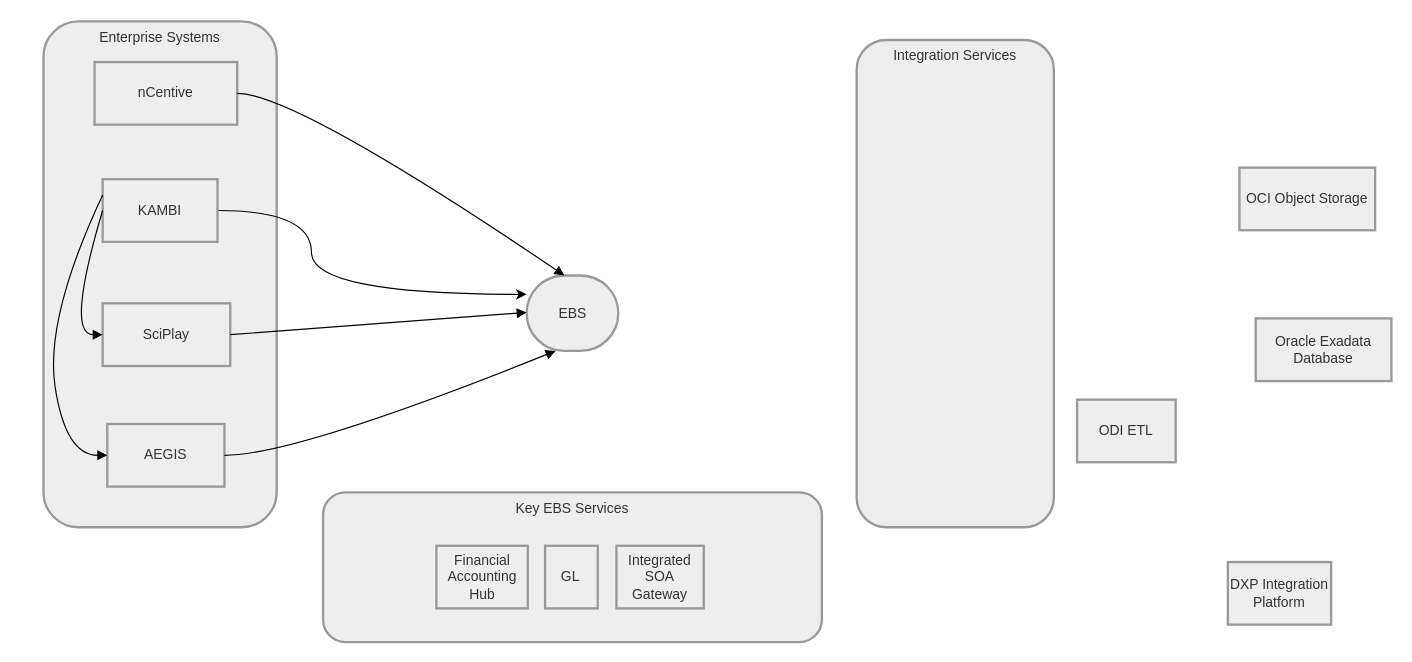
Before: page "Page-1" (1 of 2) of ALC KAMBI Sequence Diagram.drawio in luclalor/Draw_IO, a draw.io diagram. Source tidied: cells renumbered, new cells numbered last; positions are measured from the earlier drawing's top-left corner, leaving out a move shared by most shapes. Both pictures are drawn from the tidied source at 116%, with x=0, y=0 at pixel (43, 21).
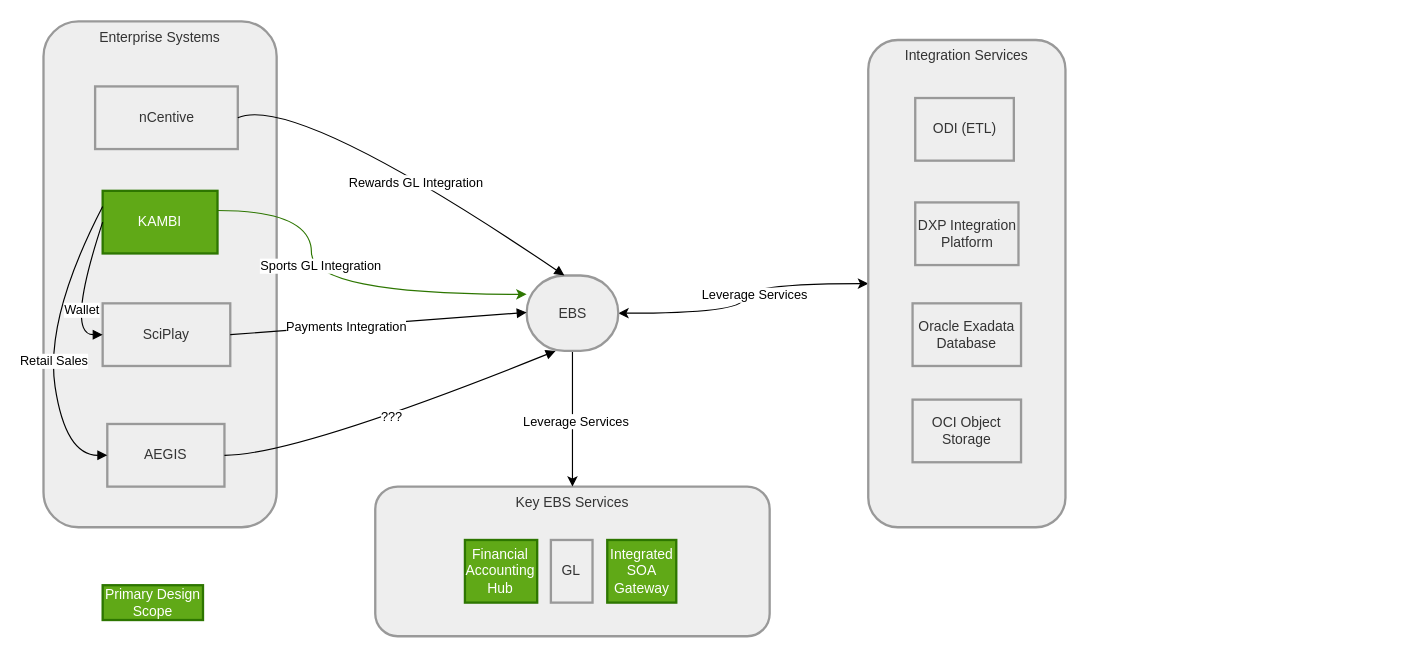
Above is the later version.

The change refers to these unchanged cells:
```xml
<mxCell id="9" value="AEGIS" style="whiteSpace=wrap;strokeWidth=2;fillColor=light-dark(#eeeeee,#1f2020);strokeColor=light-dark(#999999,#cccccc);fontColor=light-dark(#333333,#cccccc);" parent="1" vertex="1">
  <mxGeometry x="55" y="347" width="101" height="54" as="geometry" />
</mxCell>
<mxCell id="13" value="EBS" style="rounded=1;whiteSpace=wrap;arcSize=50;strokeWidth=2;fillColor=light-dark(#eeeeee,#1f2020);strokeColor=light-dark(#999999,#cccccc);fontColor=light-dark(#333333,#cccccc);" parent="1" vertex="1">
  <mxGeometry x="416.5" y="219" width="79" height="65" as="geometry" />
</mxCell>
<mxCell id="14" style="curved=1;startArrow=none;endArrow=block;entryX=0;entryY=0.5;rounded=0;exitX=0;exitY=0.25;exitDx=0;exitDy=0;" parent="1" edge="1" source="12" target="9">
  <mxGeometry relative="1" as="geometry">
    <Array as="points">
      <mxPoint x="1" y="256" />
      <mxPoint x="19" y="374" />
    </Array>
  </mxGeometry>
</mxCell>
<mxCell id="15" style="curved=1;startArrow=none;endArrow=block;exitX=0;exitY=0.5;entryX=0;entryY=0.5;rounded=0;exitDx=0;exitDy=0;" parent="1" edge="1" source="12" target="10">
  <mxGeometry relative="1" as="geometry">
    <Array as="points">
      <mxPoint x="19" y="270" />
    </Array>
  </mxGeometry>
</mxCell>
<mxCell id="16" style="curved=1;startArrow=none;endArrow=block;exitX=1;exitY=0.5;entryX=0.41;entryY=-0.01;rounded=0;" parent="1" edge="1" source="8" target="13">
  <mxGeometry relative="1" as="geometry">
    <Array as="points">
      <mxPoint x="217" y="62" />
    </Array>
  </mxGeometry>
</mxCell>
<mxCell id="17" style="curved=1;startArrow=none;endArrow=block;exitX=1;exitY=0.5;entryX=0.01;entryY=0.49;rounded=0;" parent="1" edge="1" source="10" target="13">
  <mxGeometry relative="1" as="geometry" />
</mxCell>
```

Diff of the diagram source:
```diff
@@
-    <mxCell id="2" value="Integration Services" style="whiteSpace=wrap;strokeWidth=2;verticalAlign=top;fillColor=light-dark(#eeeeee,#1f2020);strokeColor=light-dark(#999999,#cccccc);fontColor=light-dark(#333333,#cccccc);rounded=1;" parent="1" vertex="1">
-      <mxGeometry x="701" y="16" width="170" height="420" as="geometry" />
-    </mxCell>
     <mxCell id="3" value="Key EBS Services" style="whiteSpace=wrap;strokeWidth=2;verticalAlign=top;fillColor=light-dark(#eeeeee,#1f2020);strokeColor=light-dark(#999999,#cccccc);fontColor=light-dark(#333333,#cccccc);rounded=1;" parent="1" vertex="1">
-      <mxGeometry x="241" y="406" width="430" height="129" as="geometry" />
+      <mxGeometry x="286" y="401" width="340" height="129" as="geometry" />
     </mxCell>
-    <mxCell id="4" value="Financial Accounting Hub" style="whiteSpace=wrap;strokeWidth=2;fillColor=light-dark(#eeeeee,#1f2020);strokeColor=light-dark(#999999,#cccccc);fontColor=light-dark(#333333,#cccccc);" parent="3" vertex="1">
-      <mxGeometry x="97.7" y="46" width="78.8" height="54" as="geometry" />
+    <mxCell id="4" value="Financial Accounting Hub" style="whiteSpace=wrap;strokeWidth=2;fillColor=#60a917;strokeColor=#2D7600;fontColor=#ffffff;" parent="3" vertex="1">
+      <mxGeometry x="77.3" y="46" width="62.3" height="54" as="geometry" />
     </mxCell>
     <mxCell id="5" value="GL" style="whiteSpace=wrap;strokeWidth=2;fillColor=light-dark(#eeeeee,#1f2020);strokeColor=light-dark(#999999,#cccccc);fontColor=light-dark(#333333,#cccccc);" parent="3" vertex="1">
-      <mxGeometry x="191.4" y="46" width="45.4" height="54" as="geometry" />
+      <mxGeometry x="151.4" y="46" width="35.9" height="54" as="geometry" />
     </mxCell>
-    <mxCell id="6" value="Integrated SOA Gateway" style="whiteSpace=wrap;strokeWidth=2;fillColor=light-dark(#eeeeee,#1f2020);strokeColor=light-dark(#999999,#cccccc);fontColor=light-dark(#333333,#cccccc);" parent="3" vertex="1">
-      <mxGeometry x="252.9" y="46" width="75.3" height="54" as="geometry" />
+    <mxCell id="6" value="Integrated SOA Gateway" style="whiteSpace=wrap;strokeWidth=2;fillColor=#60a917;strokeColor=#2D7600;fontColor=#ffffff;" parent="3" vertex="1">
+      <mxGeometry x="200" y="46" width="59.5" height="54" as="geometry" />
     </mxCell>
@@
     <mxCell id="8" value="nCentive" style="whiteSpace=wrap;strokeWidth=2;fillColor=light-dark(#eeeeee,#1f2020);strokeColor=light-dark(#999999,#cccccc);fontColor=light-dark(#333333,#cccccc);" parent="1" vertex="1">
-      <mxGeometry x="44" y="35" width="123" height="54" as="geometry" />
+      <mxGeometry x="44.5" y="56" width="123" height="54" as="geometry" />
     </mxCell>
@@
-    <mxCell id="11" style="edgeStyle=orthogonalEdgeStyle;rounded=0;jettySize=auto;html=1;entryX=0;entryY=0.25;entryDx=0;entryDy=0;curved=1;" parent="1" edge="1" source="12" target="13">
+    <mxCell id="11" style="edgeStyle=orthogonalEdgeStyle;rounded=0;jettySize=auto;html=1;entryX=0;entryY=0.25;entryDx=0;entryDy=0;curved=1;fillColor=#60a917;strokeColor=#2D7600;" parent="1" edge="1" source="12" target="13">
       <mxGeometry relative="1" as="geometry">
         <Array as="points">
           <mxPoint x="231" y="163" />
           <mxPoint x="231" y="235" />
         </Array>
       </mxGeometry>
     </mxCell>
+    <mxCell id="23" value="Sports GL Integration" style="edgeLabel;html=1;align=center;verticalAlign=middle;" parent="11" vertex="1">
+      <mxGeometry x="-0.24" y="7" relative="1" as="geometry">
+        <mxPoint y="-1" as="offset" />
+      </mxGeometry>
+    </mxCell>
-    <mxCell id="12" value="KAMBI" style="whiteSpace=wrap;strokeWidth=2;fillColor=light-dark(#eeeeee,#1f2020);strokeColor=light-dark(#999999,#cccccc);fontColor=light-dark(#333333,#cccccc);" parent="1" vertex="1">
-      <mxGeometry x="51" y="136" width="99" height="54" as="geometry" />
+    <mxCell id="12" value="KAMBI" style="whiteSpace=wrap;strokeWidth=2;fillColor=#60a917;strokeColor=#2D7600;fontColor=#ffffff;" parent="1" vertex="1">
+      <mxGeometry x="51" y="146" width="99" height="54" as="geometry" />
     </mxCell>
+    <mxCell id="24" style="edgeStyle=orthogonalEdgeStyle;rounded=0;jettySize=auto;html=1;exitX=1;exitY=0.5;exitDx=0;exitDy=0;entryX=0;entryY=0.5;entryDx=0;entryDy=0;curved=1;startArrow=classic;startFill=1;" parent="1" edge="1" source="13" target="2">
+      <mxGeometry relative="1" as="geometry" />
+    </mxCell>
+    <mxCell id="25" value="Leverage Services" style="edgeLabel;html=1;align=center;verticalAlign=middle;" parent="24" vertex="1">
+      <mxGeometry x="0.03" y="-9" relative="1" as="geometry" />
+    </mxCell>
+    <mxCell id="26" style="edgeStyle=orthogonalEdgeStyle;rounded=0;jettySize=auto;html=1;exitX=0.5;exitY=1;exitDx=0;exitDy=0;entryX=0.5;entryY=0;entryDx=0;entryDy=0;" parent="1" edge="1" source="13" target="3">
+      <mxGeometry relative="1" as="geometry" />
+    </mxCell>
+    <mxCell id="27" value="Leverage Services" style="edgeLabel;html=1;align=center;verticalAlign=middle;" parent="26" vertex="1">
+      <mxGeometry x="0.03" y="2" relative="1" as="geometry" />
+    </mxCell>
@@
+    <mxCell id="28" value="Retail Sales" style="edgeLabel;html=1;align=center;verticalAlign=middle;" parent="14" vertex="1">
+      <mxGeometry x="0.11" y="2" relative="1" as="geometry">
+        <mxPoint y="-1" as="offset" />
+      </mxGeometry>
+    </mxCell>
@@
+    <mxCell id="29" value="Wallet" style="edgeLabel;html=1;align=center;verticalAlign=middle;" parent="15" vertex="1">
+      <mxGeometry x="0.16" y="6" relative="1" as="geometry" />
+    </mxCell>
@@
+    <mxCell id="30" value="Rewards GL Integration" style="edgeLabel;html=1;align=center;verticalAlign=middle;" parent="16" vertex="1">
+      <mxGeometry x="0.09" y="-5" relative="1" as="geometry" />
+    </mxCell>
@@
+    <mxCell id="31" value="Payments Integration" style="edgeLabel;html=1;align=center;verticalAlign=middle;" parent="17" vertex="1">
+      <mxGeometry x="-0.23" relative="1" as="geometry">
+        <mxPoint x="1" as="offset" />
+      </mxGeometry>
+    </mxCell>
-    <mxCell id="18" style="curved=1;startArrow=none;endArrow=block;exitX=1;exitY=0.5;entryX=0.32;entryY=0.99;rounded=0;" parent="1" edge="1" source="9" target="13">
+    <mxCell id="18" value="???" style="curved=1;startArrow=none;endArrow=block;exitX=1;exitY=0.5;entryX=0.32;entryY=0.99;rounded=0;" parent="1" edge="1" source="9" target="13">
       <mxGeometry relative="1" as="geometry">
         <Array as="points">
           <mxPoint x="217" y="374" />
         </Array>
       </mxGeometry>
     </mxCell>
+    <mxCell id="32" style="group;" parent="1" vertex="1">
+      <mxGeometry x="711" y="16" width="170" height="420" as="geometry" />
+    </mxCell>
+    <mxCell id="2" value="Integration Services" style="whiteSpace=wrap;strokeWidth=2;verticalAlign=top;fillColor=light-dark(#eeeeee,#1f2020);strokeColor=light-dark(#999999,#cccccc);fontColor=light-dark(#333333,#cccccc);rounded=1;" parent="32" vertex="1">
+      <mxGeometry width="170" height="420" as="geometry" />
+    </mxCell>
-    <mxCell id="19" value="ODI ETL" style="whiteSpace=wrap;strokeWidth=2;fillColor=light-dark(#eeeeee,#1f2020);strokeColor=light-dark(#999999,#cccccc);fontColor=light-dark(#333333,#cccccc);" parent="1" vertex="1">
-      <mxGeometry x="891" y="326" width="85" height="54" as="geometry" />
+    <mxCell id="19" value="ODI (ETL)" style="whiteSpace=wrap;strokeWidth=2;fillColor=light-dark(#eeeeee,#1f2020);strokeColor=light-dark(#999999,#cccccc);fontColor=light-dark(#333333,#cccccc);" parent="32" vertex="1">
+      <mxGeometry x="40.5" y="50" width="85" height="54" as="geometry" />
     </mxCell>
-    <mxCell id="20" value="DXP Integration Platform" style="whiteSpace=wrap;strokeWidth=2;fillColor=light-dark(#eeeeee,#1f2020);strokeColor=light-dark(#999999,#cccccc);fontColor=light-dark(#333333,#cccccc);" parent="1" vertex="1">
-      <mxGeometry x="1021" y="466" width="89" height="54" as="geometry" />
+    <mxCell id="20" value="DXP Integration Platform" style="whiteSpace=wrap;strokeWidth=2;fillColor=light-dark(#eeeeee,#1f2020);strokeColor=light-dark(#999999,#cccccc);fontColor=light-dark(#333333,#cccccc);" parent="32" vertex="1">
+      <mxGeometry x="40.5" y="140" width="89" height="54" as="geometry" />
     </mxCell>
-    <mxCell id="21" value="Oracle Exadata Database" style="whiteSpace=wrap;strokeWidth=2;fillColor=light-dark(#eeeeee,#1f2020);strokeColor=light-dark(#999999,#cccccc);fontColor=light-dark(#333333,#cccccc);" parent="1" vertex="1">
-      <mxGeometry x="1045" y="256" width="117" height="54" as="geometry" />
+    <mxCell id="21" value="Oracle Exadata Database" style="whiteSpace=wrap;strokeWidth=2;fillColor=light-dark(#eeeeee,#1f2020);strokeColor=light-dark(#999999,#cccccc);fontColor=light-dark(#333333,#cccccc);" parent="32" vertex="1">
+      <mxGeometry x="38.2" y="227" width="93.5" height="54" as="geometry" />
     </mxCell>
-    <mxCell id="22" value="OCI Object Storage" style="whiteSpace=wrap;strokeWidth=2;fillColor=light-dark(#eeeeee,#1f2020);strokeColor=light-dark(#999999,#cccccc);fontColor=light-dark(#333333,#cccccc);" parent="1" vertex="1">
-      <mxGeometry x="1031" y="126" width="117" height="54" as="geometry" />
+    <mxCell id="22" value="OCI Object Storage" style="whiteSpace=wrap;strokeWidth=2;fillColor=light-dark(#eeeeee,#1f2020);strokeColor=light-dark(#999999,#cccccc);fontColor=light-dark(#333333,#cccccc);" parent="32" vertex="1">
+      <mxGeometry x="38.2" y="310" width="93.5" height="54" as="geometry" />
     </mxCell>
+    <mxCell id="33" value="Primary Design Scope" style="whiteSpace=wrap;strokeWidth=2;fillColor=#60a917;strokeColor=#2D7600;fontColor=#ffffff;" parent="1" vertex="1">
+      <mxGeometry x="51" y="486" width="86.5" height="30" as="geometry" />
+    </mxCell>
```
